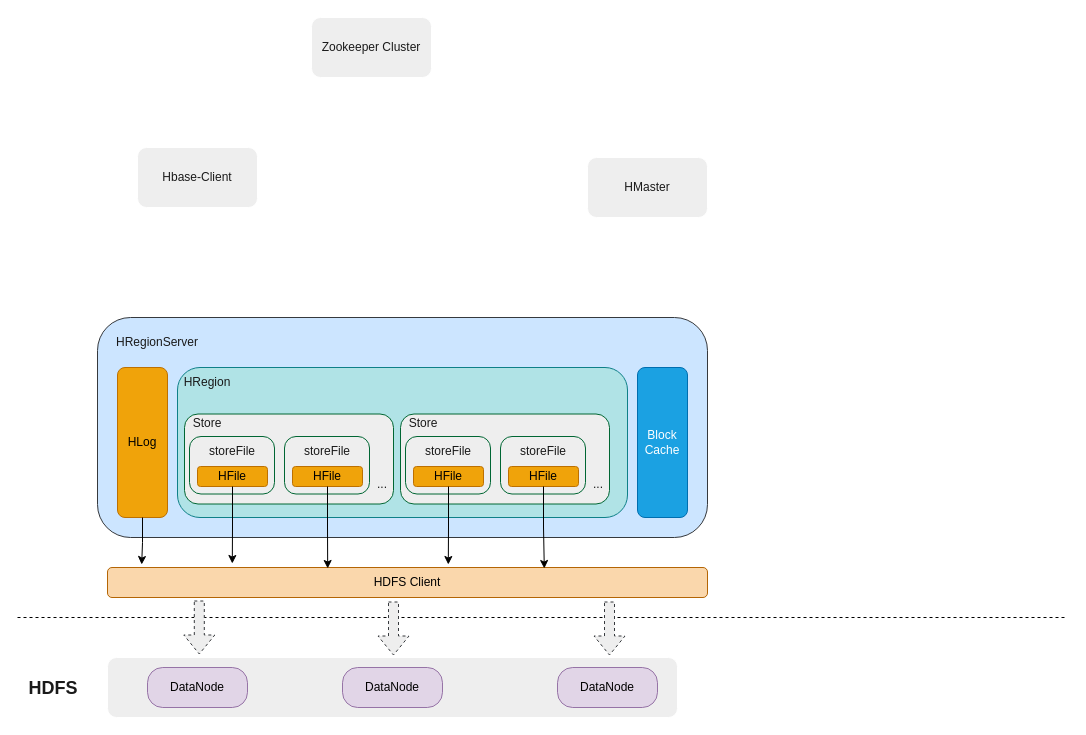
Before: com.guann1n9.diagrams/hbase/hbase_arc.drawio in GuanN1ng/diagrams, a draw.io diagram. Source tidied: cells renumbered, new cells numbered last; positions are measured from the earlier drawing's top-left corner, leaving out a move shared by most shapes. Both pictures are drawn from the tidied source at 100%, with x=0, y=0 at pixel (17, 17).
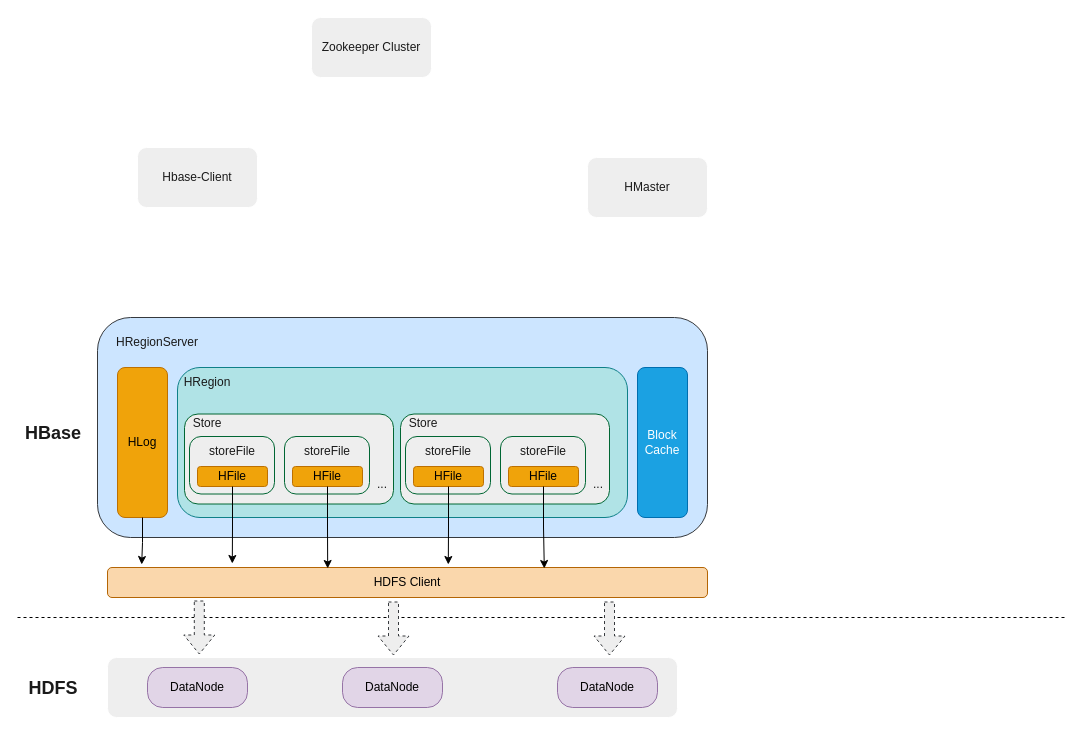
Above is the later version.

What changed in the source:
```diff
@@
+    <mxCell id="44" value="&lt;span style=&quot;font-size: 18px;&quot;&gt;&lt;b&gt;HBase&lt;/b&gt;&lt;/span&gt;" style="text;html=1;strokeColor=none;fillColor=none;align=center;verticalAlign=middle;whiteSpace=wrap;rounded=0;fontColor=#1A1A1A;" parent="1" vertex="1">
+      <mxGeometry x="6" y="391" width="60" height="50" as="geometry" />
+    </mxCell>
```
